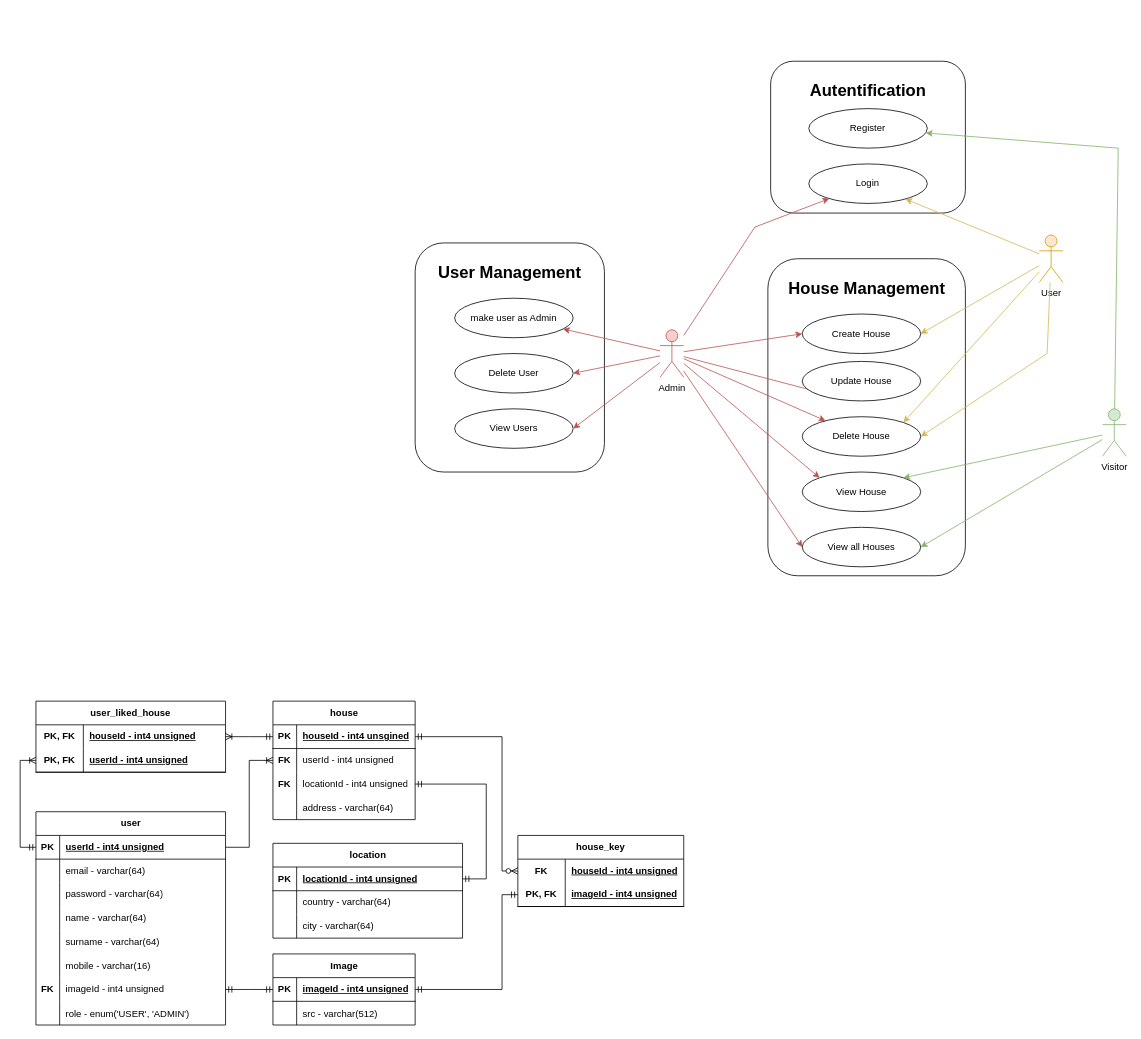
This is Node, Express and SQL [92-106]/98 - database schema and migrations/UML.drawio from ZilvinasVidmantas/type-14, a draw.io file, before an edit. Source tidied: cells renumbered, new cells numbered last; positions are measured from the earlier drawing's top-left corner, leaving out a move shared by most shapes. Both pictures are drawn from the tidied source at 79%, with x=0, y=0 at pixel (20, 61).
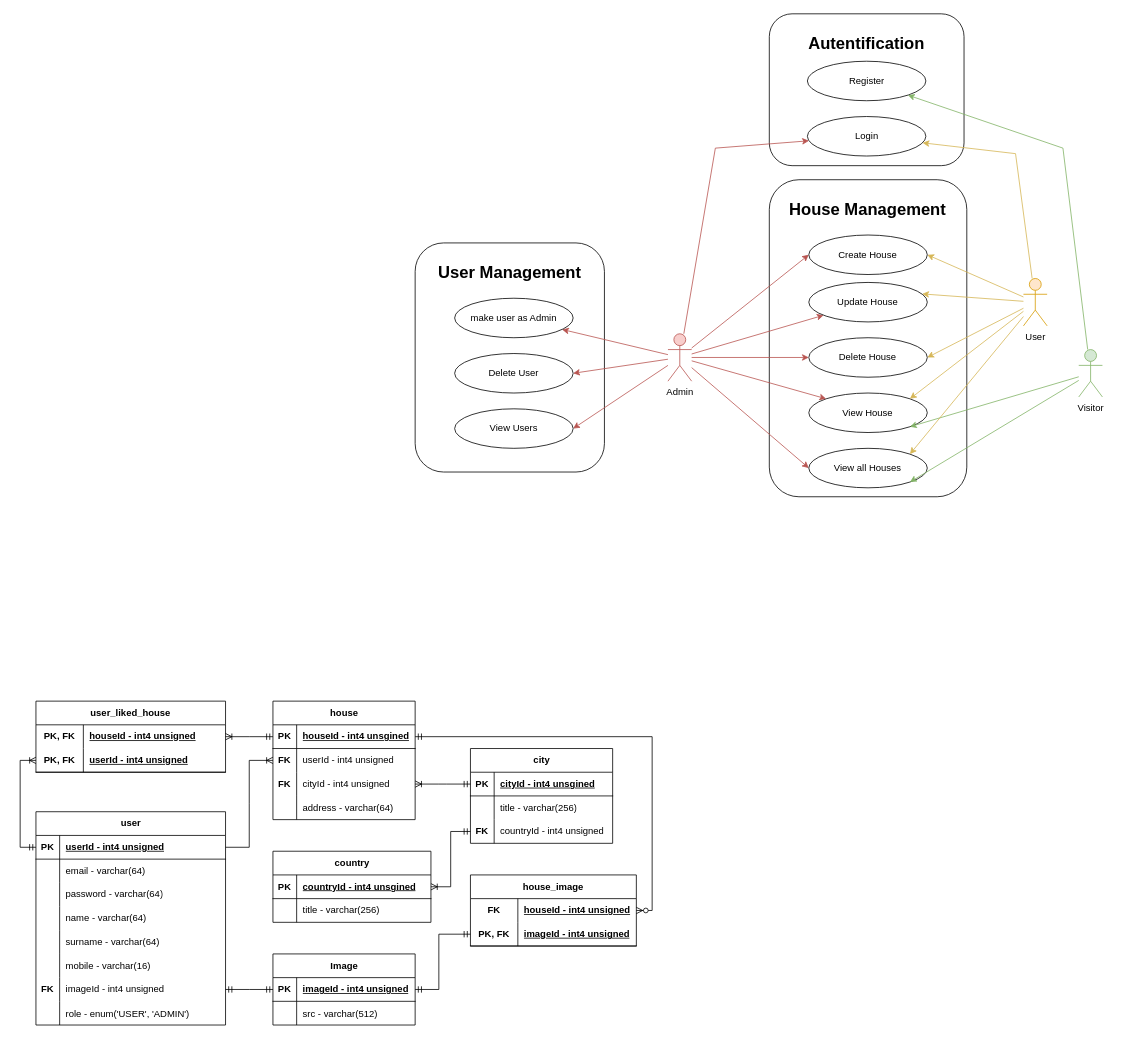
After the change.

Commit message (it also covers changes not shown here):
feat(98): updated UML diagrams

The change refers to these unchanged cells:
```xml
<mxCell id="65" style="shape=tableRow;horizontal=0;startSize=0;swimlaneHead=0;swimlaneBody=0;fillColor=none;points=[[0,0.5],[1,0.5]];portConstraint=eastwest;top=0;left=0;right=0;bottom=1;" parent="64" vertex="1">
  <mxGeometry y="30" width="180" height="30" as="geometry" />
</mxCell>
<mxCell id="71" style="shape=tableRow;horizontal=0;startSize=0;swimlaneHead=0;swimlaneBody=0;fillColor=none;points=[[0,0.5],[1,0.5]];portConstraint=eastwest;top=0;left=0;right=0;bottom=0;" parent="64" vertex="1">
  <mxGeometry y="90" width="180" height="30" as="geometry" />
</mxCell>
<mxCell id="80" style="shape=tableRow;horizontal=0;startSize=0;swimlaneHead=0;swimlaneBody=0;fillColor=none;points=[[0,0.5],[1,0.5]];portConstraint=eastwest;top=0;left=0;right=0;bottom=1;" parent="79" vertex="1">
  <mxGeometry y="30" width="180" height="30" as="geometry" />
</mxCell>
<mxCell id="88" style="shape=tableRow;horizontal=0;startSize=0;swimlaneHead=0;swimlaneBody=0;fillColor=none;points=[[0,0.5],[1,0.5]];portConstraint=eastwest;top=0;left=0;right=0;bottom=0;html=1;" parent="87" vertex="1">
  <mxGeometry y="30" width="210" height="30" as="geometry" />
</mxCell>
<mxCell id="91" style="shape=tableRow;horizontal=0;startSize=0;swimlaneHead=0;swimlaneBody=0;fillColor=none;points=[[0,0.5],[1,0.5]];portConstraint=eastwest;top=0;left=0;right=0;bottom=1;html=1;" parent="87" vertex="1">
  <mxGeometry y="60" width="210" height="30" as="geometry" />
</mxCell>
```

What changed in the source:
```diff
@@
     <mxCell id="3" value="&lt;h1&gt;&lt;font style=&quot;font-size: 21px;&quot;&gt;House Management&lt;/font&gt;&lt;/h1&gt;" style="rounded=1;whiteSpace=wrap;html=1;align=center;verticalAlign=top;" parent="1" vertex="1">
-      <mxGeometry x="946.5" y="250" width="250" height="401.3" as="geometry" />
+      <mxGeometry x="948.3" y="150" width="250" height="401.3" as="geometry" />
     </mxCell>
     <mxCell id="4" value="Admin" style="shape=umlActor;verticalLabelPosition=bottom;verticalAlign=top;html=1;outlineConnect=0;fillColor=#f8cecc;strokeColor=#b85450;" parent="1" vertex="1">
-      <mxGeometry x="810" y="340" width="30" height="60" as="geometry" />
+      <mxGeometry x="820" y="345" width="30" height="60" as="geometry" />
     </mxCell>
@@
     <mxCell id="6" value="Delete House" style="ellipse;whiteSpace=wrap;html=1;" parent="1" vertex="1">
-      <mxGeometry x="990" y="450" width="150" height="50" as="geometry" />
+      <mxGeometry x="998.3" y="350" width="150" height="50" as="geometry" />
     </mxCell>
-    <mxCell id="7" style="endArrow=classic;html=1;rounded=0;fillColor=#f8cecc;strokeColor=#b85450;" parent="1" edge="1" source="4">
-      <mxGeometry relative="1" as="geometry">
-        <mxPoint x="1023.1" y="422" as="targetPoint" />
-      </mxGeometry>
+    <mxCell id="7" style="endArrow=classic;html=1;rounded=0;fillColor=#f8cecc;strokeColor=#b85450;" parent="1" edge="1" source="4" target="109">
+      <mxGeometry relative="1" as="geometry" />
     </mxCell>
@@
     <mxCell id="9" value="View House" style="ellipse;whiteSpace=wrap;html=1;" parent="1" vertex="1">
-      <mxGeometry x="990" y="520" width="150" height="50" as="geometry" />
+      <mxGeometry x="998.3" y="420" width="150" height="50" as="geometry" />
     </mxCell>
     <mxCell id="10" value="View all Houses" style="ellipse;whiteSpace=wrap;html=1;" parent="1" vertex="1">
-      <mxGeometry x="990" y="590" width="150" height="50" as="geometry" />
+      <mxGeometry x="998.3" y="490" width="150" height="50" as="geometry" />
     </mxCell>
@@
     <mxCell id="13" value="Visitor" style="shape=umlActor;verticalLabelPosition=bottom;verticalAlign=top;html=1;outlineConnect=0;fillColor=#d5e8d4;strokeColor=#82b366;" parent="1" vertex="1">
-      <mxGeometry x="1370" y="440" width="30" height="60" as="geometry" />
+      <mxGeometry x="1340" y="365" width="30" height="60" as="geometry" />
     </mxCell>
-    <mxCell id="14" style="endArrow=classic;html=1;rounded=0;entryX=1;entryY=0;entryDx=0;entryDy=0;fillColor=#d5e8d4;strokeColor=#82b366;" parent="1" edge="1" source="13" target="9">
+    <mxCell id="14" style="endArrow=classic;html=1;rounded=0;entryX=1;entryY=1;entryDx=0;entryDy=0;fillColor=#d5e8d4;strokeColor=#82b366;" parent="1" edge="1" source="13" target="9">
       <mxGeometry relative="1" as="geometry" />
     </mxCell>
-    <mxCell id="15" style="endArrow=classic;html=1;rounded=0;entryX=1;entryY=0.5;entryDx=0;entryDy=0;fillColor=#d5e8d4;strokeColor=#82b366;" parent="1" edge="1" source="13" target="10">
+    <mxCell id="15" style="endArrow=classic;html=1;rounded=0;entryX=1;entryY=1;entryDx=0;entryDy=0;fillColor=#d5e8d4;strokeColor=#82b366;" parent="1" edge="1" source="13" target="10">
       <mxGeometry relative="1" as="geometry" />
     </mxCell>
     <mxCell id="16" value="User" style="shape=umlActor;verticalLabelPosition=bottom;verticalAlign=top;html=1;outlineConnect=0;fillColor=#ffe6cc;strokeColor=#d79b00;" parent="1" vertex="1">
-      <mxGeometry x="1290" y="220" width="30" height="60" as="geometry" />
+      <mxGeometry x="1270" y="275" width="30" height="60" as="geometry" />
     </mxCell>
@@
     <mxCell id="18" style="endArrow=classic;html=1;rounded=0;fillColor=#fff2cc;strokeColor=#d6b656;entryX=1;entryY=0.5;entryDx=0;entryDy=0;" parent="1" edge="1" source="16" target="6">
-      <mxGeometry relative="1" as="geometry">
-        <Array as="points">
-          <mxPoint x="1300" y="370" />
-        </Array>
-      </mxGeometry>
+      <mxGeometry relative="1" as="geometry" />
     </mxCell>
-    <mxCell id="19" style="endArrow=classic;html=1;rounded=0;entryX=1;entryY=0;entryDx=0;entryDy=0;fillColor=#fff2cc;strokeColor=#d6b656;" parent="1" edge="1" source="16" target="6">
+    <mxCell id="19" style="endArrow=classic;html=1;rounded=0;entryX=0.957;entryY=0.291;entryDx=0;entryDy=0;fillColor=#fff2cc;strokeColor=#d6b656;entryPerimeter=0;" parent="1" edge="1" source="16" target="109">
       <mxGeometry relative="1" as="geometry" />
     </mxCell>
@@
     <mxCell id="23" value="&lt;h1&gt;&lt;font style=&quot;font-size: 21px;&quot;&gt;Autentification&lt;/font&gt;&lt;/h1&gt;" style="rounded=1;whiteSpace=wrap;html=1;align=center;verticalAlign=top;" parent="1" vertex="1">
-      <mxGeometry x="950" width="246.5" height="192.2" as="geometry" />
+      <mxGeometry x="948.3" y="-60" width="246.5" height="192.2" as="geometry" />
     </mxCell>
@@
     <mxCell id="49" value="Login" style="ellipse;whiteSpace=wrap;html=1;" parent="1" vertex="1">
-      <mxGeometry x="998.3" y="130" width="150" height="50" as="geometry" />
+      <mxGeometry x="996.5" y="70" width="150" height="50" as="geometry" />
     </mxCell>
     <mxCell id="50" value="Register" style="ellipse;whiteSpace=wrap;html=1;" parent="1" vertex="1">
-      <mxGeometry x="998.3" y="60" width="150" height="50" as="geometry" />
+      <mxGeometry x="996.5" width="150" height="50" as="geometry" />
     </mxCell>
     <mxCell id="51" style="endArrow=classic;html=1;rounded=0;fillColor=#fff2cc;strokeColor=#d6b656;" parent="1" edge="1" source="16" target="49">
-      <mxGeometry relative="1" as="geometry" />
+      <mxGeometry relative="1" as="geometry">
+        <Array as="points">
+          <mxPoint x="1260" y="117" />
+        </Array>
+      </mxGeometry>
     </mxCell>
     <mxCell id="52" style="endArrow=classic;html=1;rounded=0;fillColor=#f8cecc;strokeColor=#b85450;" parent="1" edge="1" source="4" target="49">
       <mxGeometry relative="1" as="geometry">
         <Array as="points">
-          <mxPoint x="930" y="210" />
+          <mxPoint x="880" y="110" />
         </Array>
       </mxGeometry>
     </mxCell>
     <mxCell id="53" style="endArrow=classic;html=1;rounded=0;fillColor=#d5e8d4;strokeColor=#82b366;" parent="1" edge="1" source="13" target="50">
       <mxGeometry relative="1" as="geometry">
         <Array as="points">
-          <mxPoint x="1390" y="110" />
+          <mxPoint x="1320" y="110" />
         </Array>
       </mxGeometry>
     </mxCell>
-    <mxCell id="54" value="location" style="shape=table;startSize=30;childLayout=tableLayout;rowLines=0;fontStyle=1;align=center;html=1;" parent="1" vertex="1">
-      <mxGeometry x="320" y="990" width="240" height="120" as="geometry" />
-    </mxCell>
-    <mxCell id="55" style="shape=tableRow;horizontal=0;startSize=0;swimlaneHead=0;swimlaneBody=0;fillColor=none;points=[[0,0.5],[1,0.5]];portConstraint=eastwest;top=0;left=0;right=0;bottom=1;" parent="54" vertex="1">
-      <mxGeometry y="30" width="240" height="30" as="geometry" />
-    </mxCell>
-    <mxCell id="56" value="PK" style="shape=partialRectangle;fillColor=none;top=0;left=0;bottom=0;right=0;fontStyle=1;overflow=hidden;whiteSpace=wrap;html=1;" parent="55" vertex="1">
-      <mxGeometry width="30" height="30" as="geometry" />
-    </mxCell>
-    <mxCell id="57" value="locationId - int4 unsigned" style="shape=partialRectangle;fillColor=none;top=0;left=0;bottom=0;right=0;align=left;spacingLeft=6;fontStyle=5;overflow=hidden;whiteSpace=wrap;html=1;" parent="55" vertex="1">
-      <mxGeometry x="30" width="210" height="30" as="geometry" />
-    </mxCell>
-    <mxCell id="58" style="shape=tableRow;horizontal=0;startSize=0;swimlaneHead=0;swimlaneBody=0;fillColor=none;top=0;left=0;right=0;bottom=0;" parent="54" vertex="1">
-      <mxGeometry y="60" width="240" height="30" as="geometry" />
-    </mxCell>
-    <mxCell id="59" style="shape=partialRectangle;fillColor=none;top=0;left=0;bottom=0;right=0;overflow=hidden;whiteSpace=wrap;html=1;" parent="58" vertex="1">
-      <mxGeometry width="30" height="30" as="geometry" />
-    </mxCell>
-    <mxCell id="60" value="country - varchar(64)" style="shape=partialRectangle;fillColor=none;top=0;left=0;bottom=0;right=0;align=left;spacingLeft=6;overflow=hidden;whiteSpace=wrap;html=1;" parent="58" vertex="1">
-      <mxGeometry x="30" width="210" height="30" as="geometry" />
-    </mxCell>
-    <mxCell id="61" style="shape=tableRow;horizontal=0;startSize=0;swimlaneHead=0;swimlaneBody=0;fillColor=none;top=0;left=0;right=0;bottom=0;" parent="54" vertex="1">
-      <mxGeometry y="90" width="240" height="30" as="geometry" />
-    </mxCell>
-    <mxCell id="62" style="shape=partialRectangle;fillColor=none;top=0;left=0;bottom=0;right=0;overflow=hidden;whiteSpace=wrap;html=1;" parent="61" vertex="1">
-      <mxGeometry width="30" height="30" as="geometry" />
-    </mxCell>
-    <mxCell id="63" value="city - varchar(64)" style="shape=partialRectangle;fillColor=none;top=0;left=0;bottom=0;right=0;align=left;spacingLeft=6;overflow=hidden;whiteSpace=wrap;html=1;" parent="61" vertex="1">
-      <mxGeometry x="30" width="210" height="30" as="geometry" />
-    </mxCell>
@@
-    <mxCell id="73" value="locationId - int4 unsigned" style="shape=partialRectangle;fillColor=none;top=0;left=0;bottom=0;right=0;align=left;spacingLeft=6;overflow=hidden;whiteSpace=wrap;html=1;" parent="71" vertex="1">
+    <mxCell id="73" value="cityId - int4 unsigned" style="shape=partialRectangle;fillColor=none;top=0;left=0;bottom=0;right=0;align=left;spacingLeft=6;overflow=hidden;whiteSpace=wrap;html=1;" parent="71" vertex="1">
       <mxGeometry x="30" width="150" height="30" as="geometry" />
     </mxCell>
@@
-    <mxCell id="78" style="edgeStyle=elbowEdgeStyle;fontSize=12;html=1;endArrow=ERmandOne;startArrow=ERmandOne;rounded=0;" parent="1" edge="1" source="71" target="55">
-      <mxGeometry relative="1" as="geometry">
-        <Array as="points">
-          <mxPoint x="590" y="975" />
-        </Array>
-      </mxGeometry>
-    </mxCell>
@@
-    <mxCell id="87" value="house_key" style="shape=table;startSize=30;childLayout=tableLayout;rowLines=0;fontStyle=1;align=center;html=1;whiteSpace=wrap;" parent="1" vertex="1">
-      <mxGeometry x="630" y="980" width="210" height="90" as="geometry" />
+    <mxCell id="87" value="house_image" style="shape=table;startSize=30;childLayout=tableLayout;rowLines=0;fontStyle=1;align=center;html=1;whiteSpace=wrap;" parent="1" vertex="1">
+      <mxGeometry x="570" y="1030" width="210" height="90" as="geometry" />
     </mxCell>
@@
     <mxCell id="94" style="edgeStyle=elbowEdgeStyle;fontSize=12;html=1;endArrow=ERmandOne;startArrow=ERmandOne;rounded=0;exitX=1;exitY=0.5;exitDx=0;exitDy=0;entryX=0;entryY=0.5;entryDx=0;entryDy=0;" parent="1" edge="1" source="80" target="91">
       <mxGeometry relative="1" as="geometry">
         <Array as="points">
-          <mxPoint x="610" y="1110" />
+          <mxPoint x="530" y="1140" />
         </Array>
       </mxGeometry>
     </mxCell>
-    <mxCell id="95" style="fontSize=12;html=1;endArrow=ERzeroToMany;startArrow=ERmandOne;rounded=0;exitX=1;exitY=0.5;exitDx=0;exitDy=0;entryX=0;entryY=0.5;entryDx=0;entryDy=0;edgeStyle=elbowEdgeStyle;" parent="1" edge="1" source="65" target="88">
+    <mxCell id="95" style="fontSize=12;html=1;endArrow=ERzeroToMany;startArrow=ERmandOne;rounded=0;exitX=1;exitY=0.5;exitDx=0;exitDy=0;entryX=1;entryY=0.5;entryDx=0;entryDy=0;edgeStyle=elbowEdgeStyle;" parent="1" edge="1" source="65" target="88">
       <mxGeometry relative="1" as="geometry">
         <Array as="points">
-          <mxPoint x="610" y="950" />
+          <mxPoint x="800" y="970" />
+          <mxPoint x="810" y="1020" />
+          <mxPoint x="830" y="940" />
         </Array>
       </mxGeometry>
     </mxCell>
@@
     <mxCell id="108" value="Create House" style="ellipse;whiteSpace=wrap;html=1;" parent="1" vertex="1">
-      <mxGeometry x="990" y="320" width="150" height="50" as="geometry" />
+      <mxGeometry x="998.3" y="220" width="150" height="50" as="geometry" />
     </mxCell>
     <mxCell id="109" value="Update House" style="ellipse;whiteSpace=wrap;html=1;" parent="1" vertex="1">
-      <mxGeometry x="990" y="380" width="150" height="50" as="geometry" />
+      <mxGeometry x="998.3" y="280" width="150" height="50" as="geometry" />
     </mxCell>
+    <mxCell id="110" style="endArrow=classic;html=1;rounded=0;fillColor=#fff2cc;strokeColor=#d6b656;entryX=1;entryY=0;entryDx=0;entryDy=0;" parent="1" edge="1" source="16" target="9">
+      <mxGeometry relative="1" as="geometry" />
+    </mxCell>
+    <mxCell id="111" style="endArrow=classic;html=1;rounded=0;fillColor=#fff2cc;strokeColor=#d6b656;entryX=1;entryY=0;entryDx=0;entryDy=0;" parent="1" edge="1" source="16" target="10">
+      <mxGeometry relative="1" as="geometry" />
+    </mxCell>
+    <mxCell id="112" value="city" style="shape=table;startSize=30;childLayout=tableLayout;rowLines=0;fontStyle=1;align=center;html=1;" parent="1" vertex="1">
+      <mxGeometry x="570" y="870" width="180" height="120" as="geometry" />
+    </mxCell>
+    <mxCell id="113" style="shape=tableRow;horizontal=0;startSize=0;swimlaneHead=0;swimlaneBody=0;fillColor=none;points=[[0,0.5],[1,0.5]];portConstraint=eastwest;top=0;left=0;right=0;bottom=1;" parent="112" vertex="1">
+      <mxGeometry y="30" width="180" height="30" as="geometry" />
+    </mxCell>
+    <mxCell id="114" value="PK" style="shape=partialRectangle;fillColor=none;top=0;left=0;bottom=0;right=0;fontStyle=1;overflow=hidden;whiteSpace=wrap;html=1;" parent="113" vertex="1">
+      <mxGeometry width="30" height="30" as="geometry" />
+    </mxCell>
+    <mxCell id="115" value="cityId - int4 unsgined" style="shape=partialRectangle;fillColor=none;top=0;left=0;bottom=0;right=0;align=left;spacingLeft=6;fontStyle=5;overflow=hidden;whiteSpace=wrap;html=1;" parent="113" vertex="1">
+      <mxGeometry x="30" width="150" height="30" as="geometry" />
+    </mxCell>
+    <mxCell id="116" style="shape=tableRow;horizontal=0;startSize=0;swimlaneHead=0;swimlaneBody=0;fillColor=none;top=0;left=0;right=0;bottom=0;" parent="112" vertex="1">
+      <mxGeometry y="60" width="180" height="30" as="geometry" />
+    </mxCell>
+    <mxCell id="117" style="shape=partialRectangle;fillColor=none;top=0;left=0;bottom=0;right=0;overflow=hidden;whiteSpace=wrap;html=1;" parent="116" vertex="1">
+      <mxGeometry width="30" height="30" as="geometry" />
+    </mxCell>
+    <mxCell id="118" value="title - varchar(256)" style="shape=partialRectangle;fillColor=none;top=0;left=0;bottom=0;right=0;align=left;spacingLeft=6;overflow=hidden;whiteSpace=wrap;html=1;" parent="116" vertex="1">
+      <mxGeometry x="30" width="150" height="30" as="geometry" />
+    </mxCell>
+    <mxCell id="119" style="shape=tableRow;horizontal=0;startSize=0;swimlaneHead=0;swimlaneBody=0;fillColor=none;points=[[0,0.5],[1,0.5]];portConstraint=eastwest;top=0;left=0;right=0;bottom=0;" parent="112" vertex="1">
+      <mxGeometry y="90" width="180" height="30" as="geometry" />
+    </mxCell>
+    <mxCell id="120" value="&lt;b&gt;FK&lt;/b&gt;" style="shape=partialRectangle;fillColor=none;top=0;left=0;bottom=0;right=0;overflow=hidden;whiteSpace=wrap;html=1;" parent="119" vertex="1">
+      <mxGeometry width="30" height="30" as="geometry" />
+    </mxCell>
+    <mxCell id="121" value="countryId - int4 unsigned" style="shape=partialRectangle;fillColor=none;top=0;left=0;bottom=0;right=0;align=left;spacingLeft=6;overflow=hidden;whiteSpace=wrap;html=1;" parent="119" vertex="1">
+      <mxGeometry x="30" width="150" height="30" as="geometry" />
+    </mxCell>
+    <mxCell id="122" value="country" style="shape=table;startSize=30;childLayout=tableLayout;rowLines=0;fontStyle=1;align=center;html=1;" parent="1" vertex="1">
+      <mxGeometry x="320" y="1000" width="200" height="90" as="geometry" />
+    </mxCell>
+    <mxCell id="123" style="shape=tableRow;horizontal=0;startSize=0;swimlaneHead=0;swimlaneBody=0;fillColor=none;points=[[0,0.5],[1,0.5]];portConstraint=eastwest;top=0;left=0;right=0;bottom=1;" parent="122" vertex="1">
+      <mxGeometry y="30" width="200" height="30" as="geometry" />
+    </mxCell>
+    <mxCell id="124" value="PK" style="shape=partialRectangle;fillColor=none;top=0;left=0;bottom=0;right=0;fontStyle=1;overflow=hidden;whiteSpace=wrap;html=1;" parent="123" vertex="1">
+      <mxGeometry width="30" height="30" as="geometry" />
+    </mxCell>
+    <mxCell id="125" value="countryId - int4 unsgined" style="shape=partialRectangle;fillColor=none;top=0;left=0;bottom=0;right=0;align=left;spacingLeft=6;fontStyle=5;overflow=hidden;whiteSpace=wrap;html=1;" parent="123" vertex="1">
+      <mxGeometry x="30" width="170" height="30" as="geometry" />
+    </mxCell>
+    <mxCell id="126" style="shape=tableRow;horizontal=0;startSize=0;swimlaneHead=0;swimlaneBody=0;fillColor=none;top=0;left=0;right=0;bottom=0;" parent="122" vertex="1">
+      <mxGeometry y="60" width="200" height="30" as="geometry" />
+    </mxCell>
+    <mxCell id="127" style="shape=partialRectangle;fillColor=none;top=0;left=0;bottom=0;right=0;overflow=hidden;whiteSpace=wrap;html=1;" parent="126" vertex="1">
+      <mxGeometry width="30" height="30" as="geometry" />
+    </mxCell>
+    <mxCell id="128" value="title - varchar(256)" style="shape=partialRectangle;fillColor=none;top=0;left=0;bottom=0;right=0;align=left;spacingLeft=6;overflow=hidden;whiteSpace=wrap;html=1;" parent="126" vertex="1">
+      <mxGeometry x="30" width="170" height="30" as="geometry" />
+    </mxCell>
+    <mxCell id="129" style="edgeStyle=elbowEdgeStyle;fontSize=12;html=1;endArrow=ERoneToMany;startArrow=ERmandOne;rounded=0;exitX=0;exitY=0.5;exitDx=0;exitDy=0;" parent="1" edge="1" source="119" target="123">
+      <mxGeometry relative="1" as="geometry" />
+    </mxCell>
+    <mxCell id="130" style="edgeStyle=entityRelationEdgeStyle;fontSize=12;html=1;endArrow=ERoneToMany;startArrow=ERmandOne;rounded=0;exitX=0;exitY=0.5;exitDx=0;exitDy=0;entryX=1;entryY=0.5;entryDx=0;entryDy=0;" parent="1" edge="1" source="113" target="71">
+      <mxGeometry relative="1" as="geometry" />
+    </mxCell>
```
